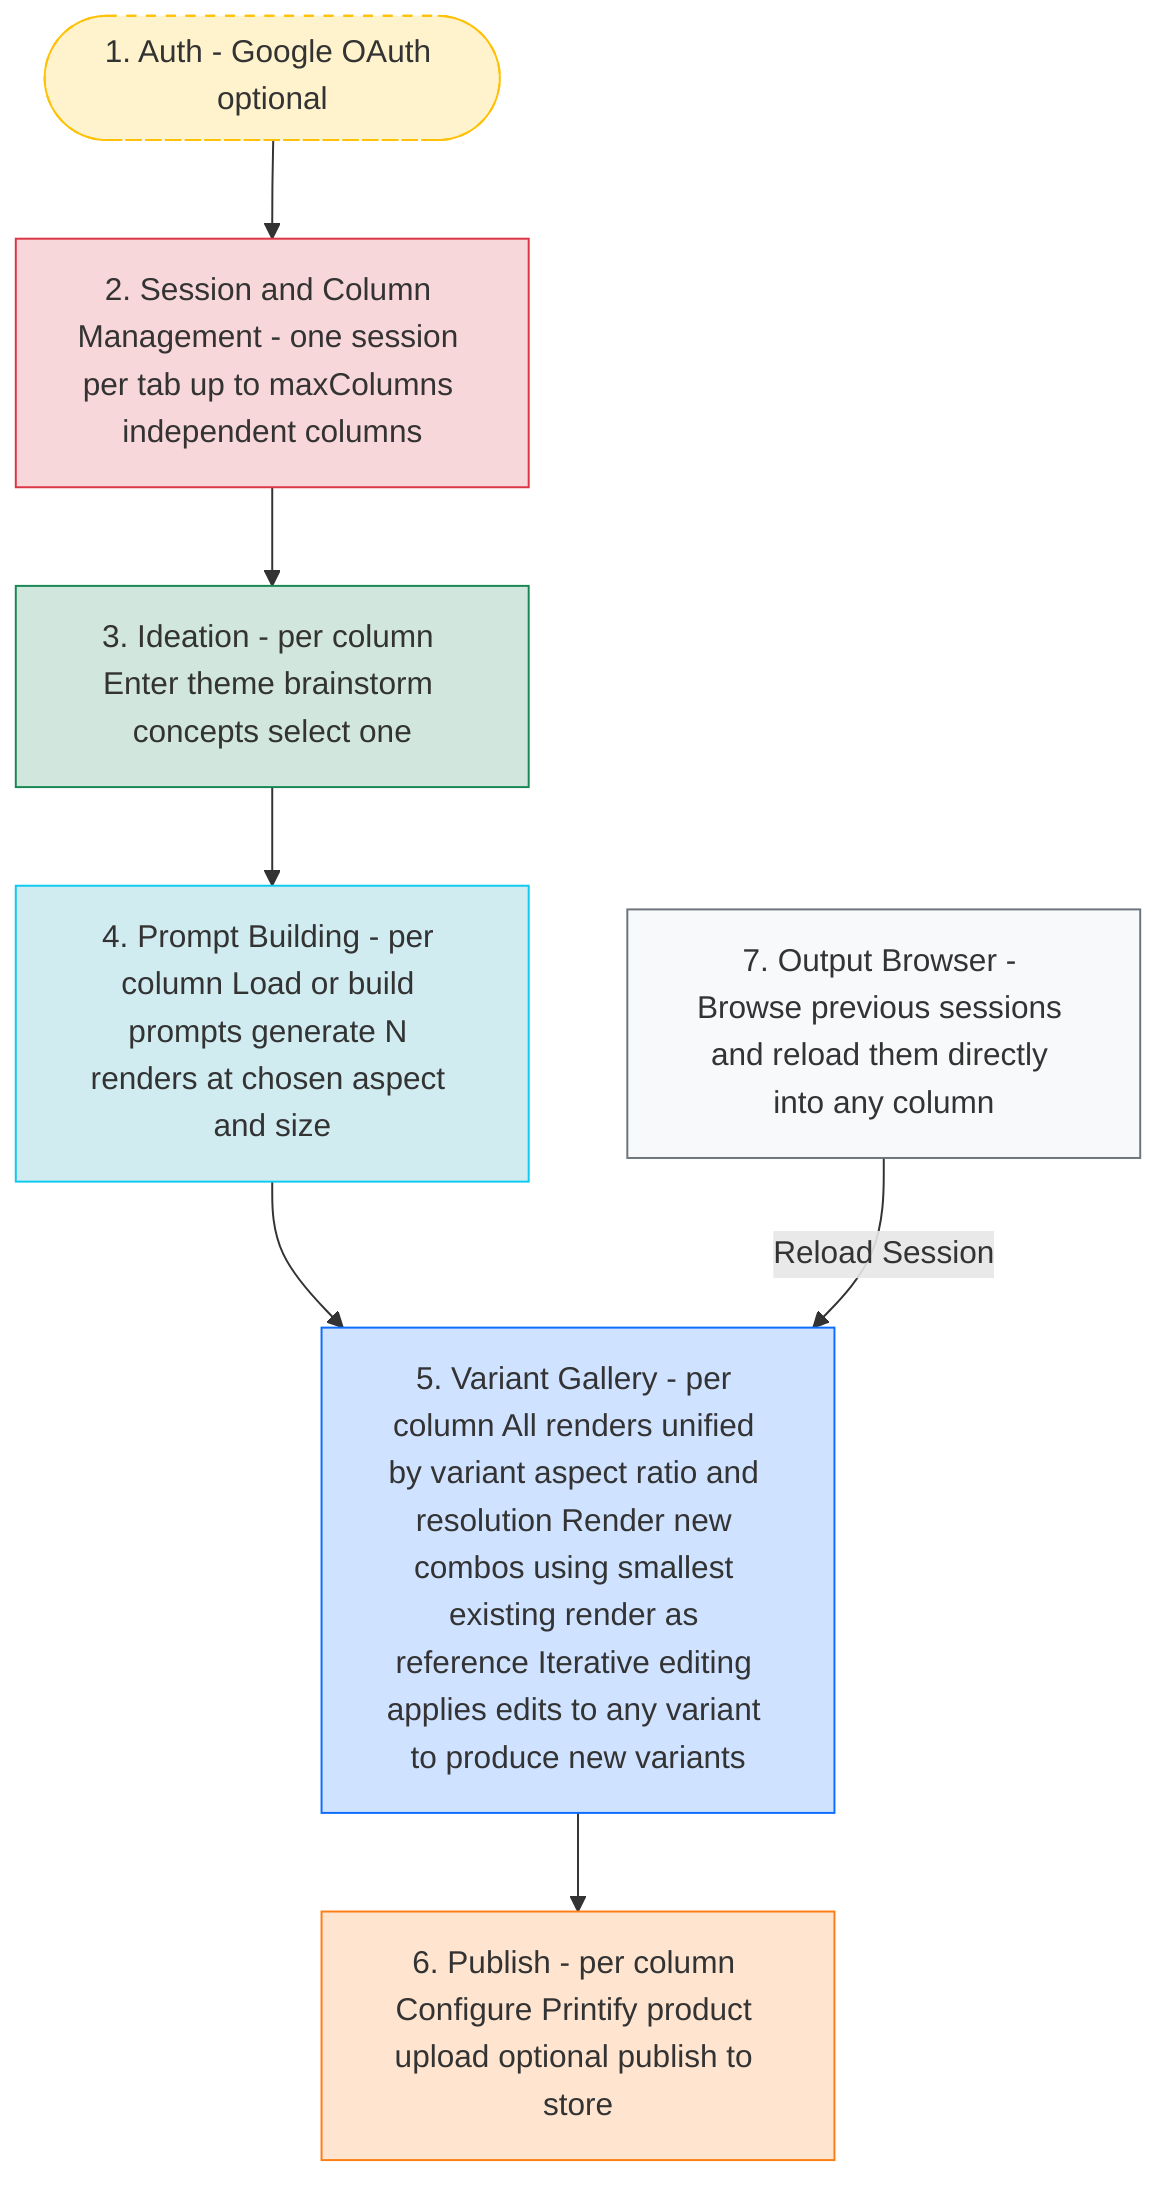
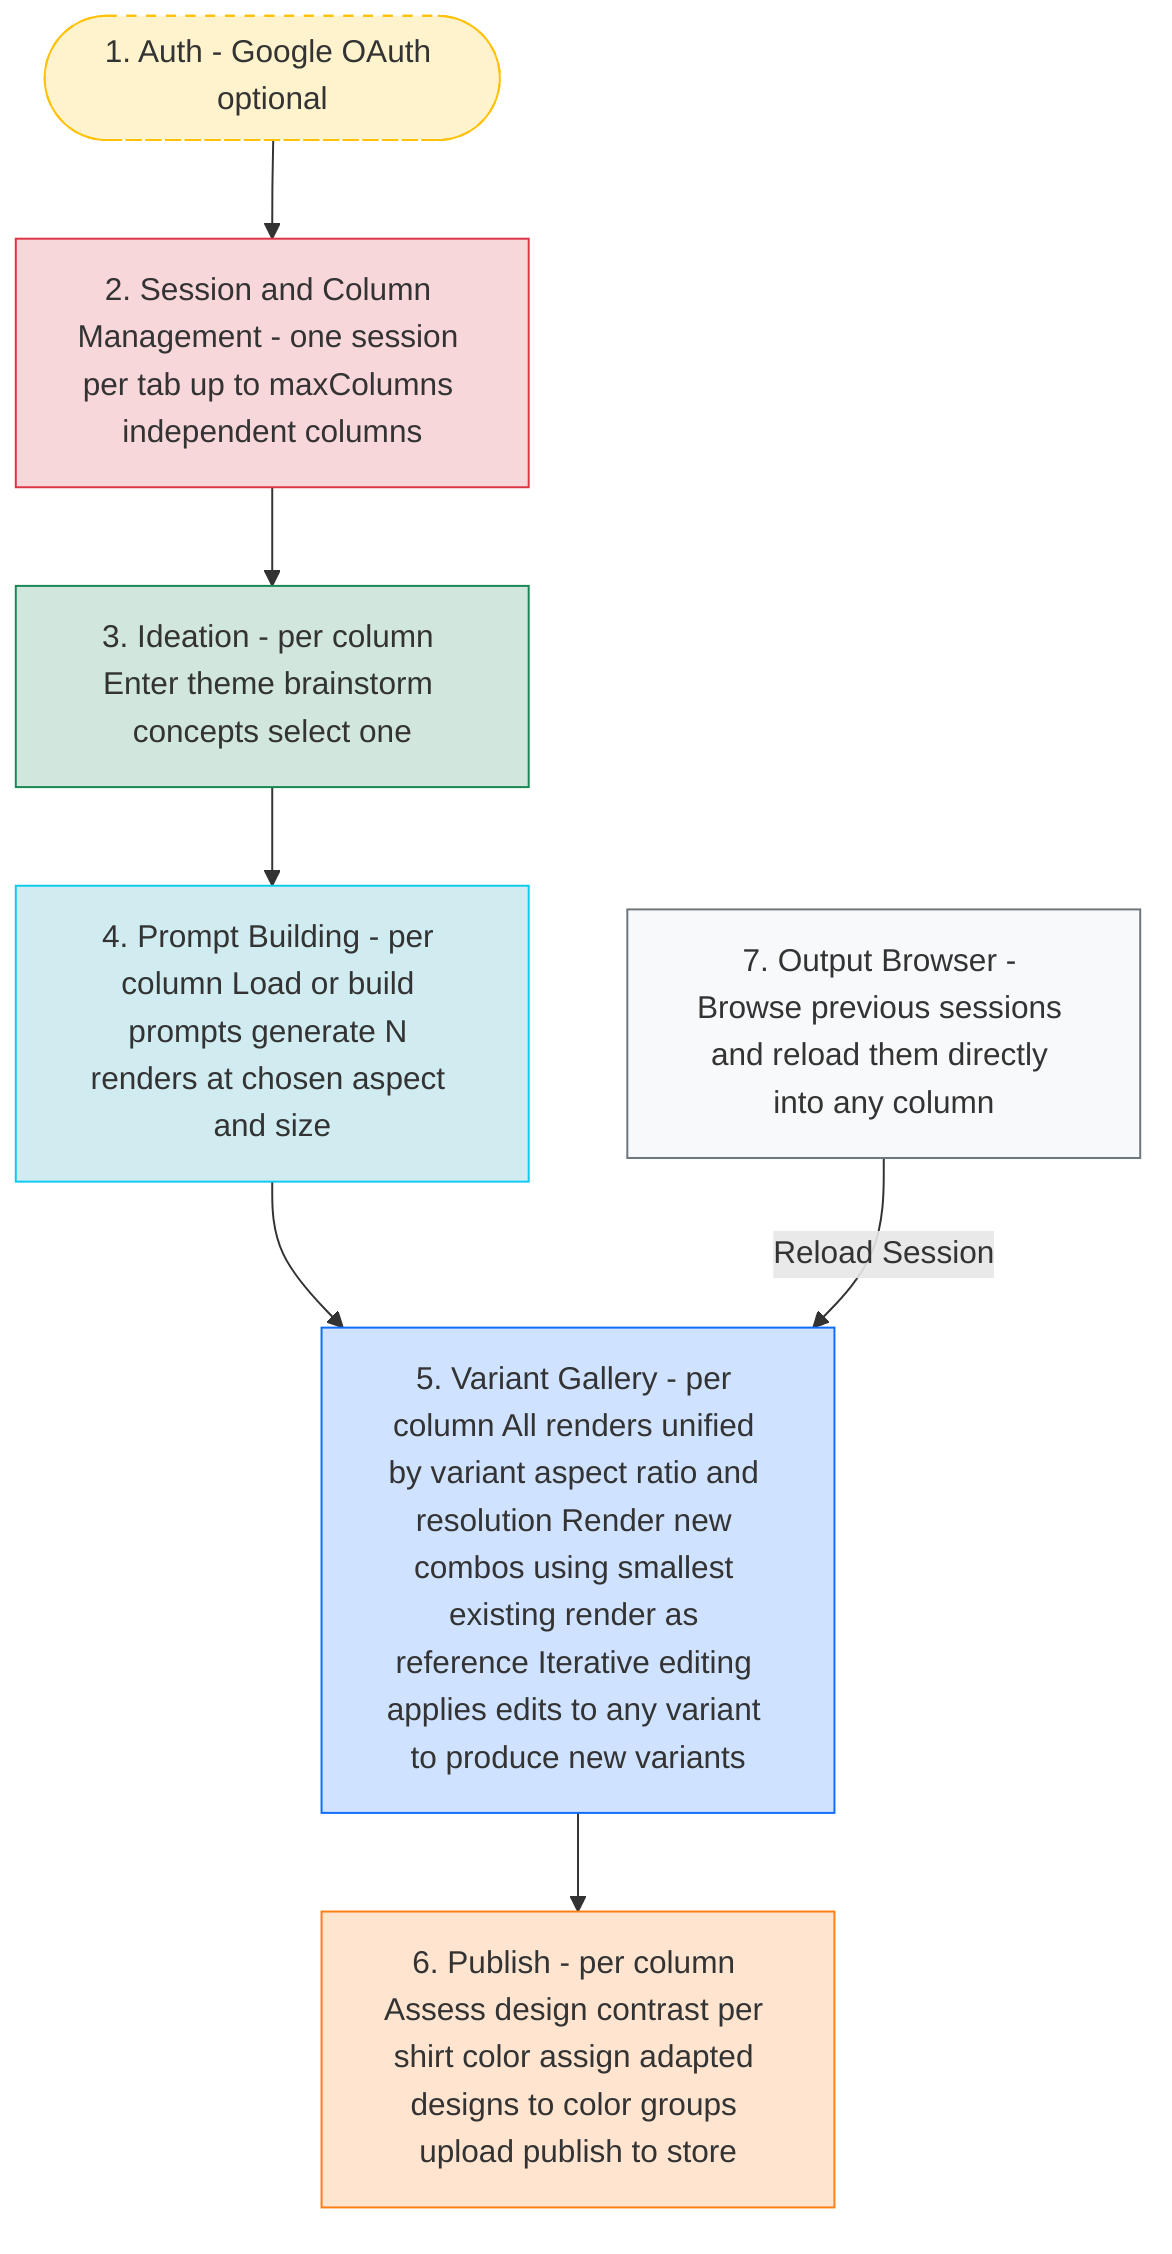
graph TD
    Auth([1. Auth - Google OAuth optional])
    ColMgmt[2. Session and Column Management - one session per tab up to maxColumns independent columns]
    Ideation[3. Ideation - per column Enter theme brainstorm concepts select one]
    PromptBuild[4. Prompt Building - per column Load or build prompts generate N renders at chosen aspect and size]
    Variants[5. Variant Gallery - per column All renders unified by variant aspect ratio and resolution Render new combos using smallest existing render as reference Iterative editing applies edits to any variant to produce new variants]
-     Publish[6. Publish - per column Configure Printify product upload optional publish to store]
+     Publish[6. Publish - per column Assess design contrast per shirt color assign adapted designs to color groups upload publish to store]
    Browser[7. Output Browser - Browse previous sessions and reload them directly into any column]

    Auth --> ColMgmt
    ColMgmt --> Ideation
    Ideation --> PromptBuild
    PromptBuild --> Variants
    Variants --> Publish

    Browser -- "Reload Session" --> Variants

    style Auth fill:#fff3cd,stroke:#ffc107,stroke-dasharray: 5 5
    style ColMgmt fill:#f8d7da,stroke:#dc3545
    style Ideation fill:#d1e7dd,stroke:#198754
    style PromptBuild fill:#d1ecf1,stroke:#0dcaf0
    style Variants fill:#cfe2ff,stroke:#0d6efd
    style Publish fill:#ffe5d0,stroke:#fd7e14
    style Browser fill:#f8f9fa,stroke:#6c757d
